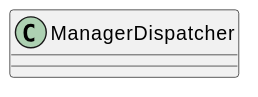
This is plantuml/out/ManagerDispatcher.svg from asterisk-cn/RougueShooter, a PlantUML export, as it was before one commit. Its diagram source:
```plantuml
@startuml
class ManagerDispatcher {
}
@enduml
```
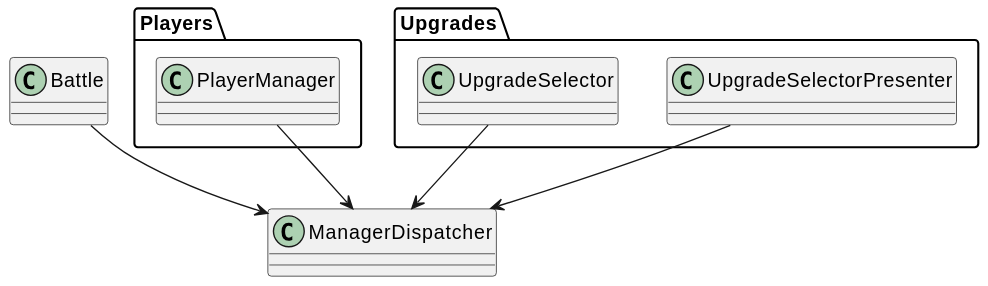
After the commit.

The edit, as a diff of the source:
```diff
@@ -1,4 +1,8 @@
 @startuml
 class ManagerDispatcher {
 }
+Battle --> ManagerDispatcher
+Players.PlayerManager --> ManagerDispatcher
+Upgrades.UpgradeSelector --> ManagerDispatcher
+Upgrades.UpgradeSelectorPresenter --> ManagerDispatcher
 @enduml
```
